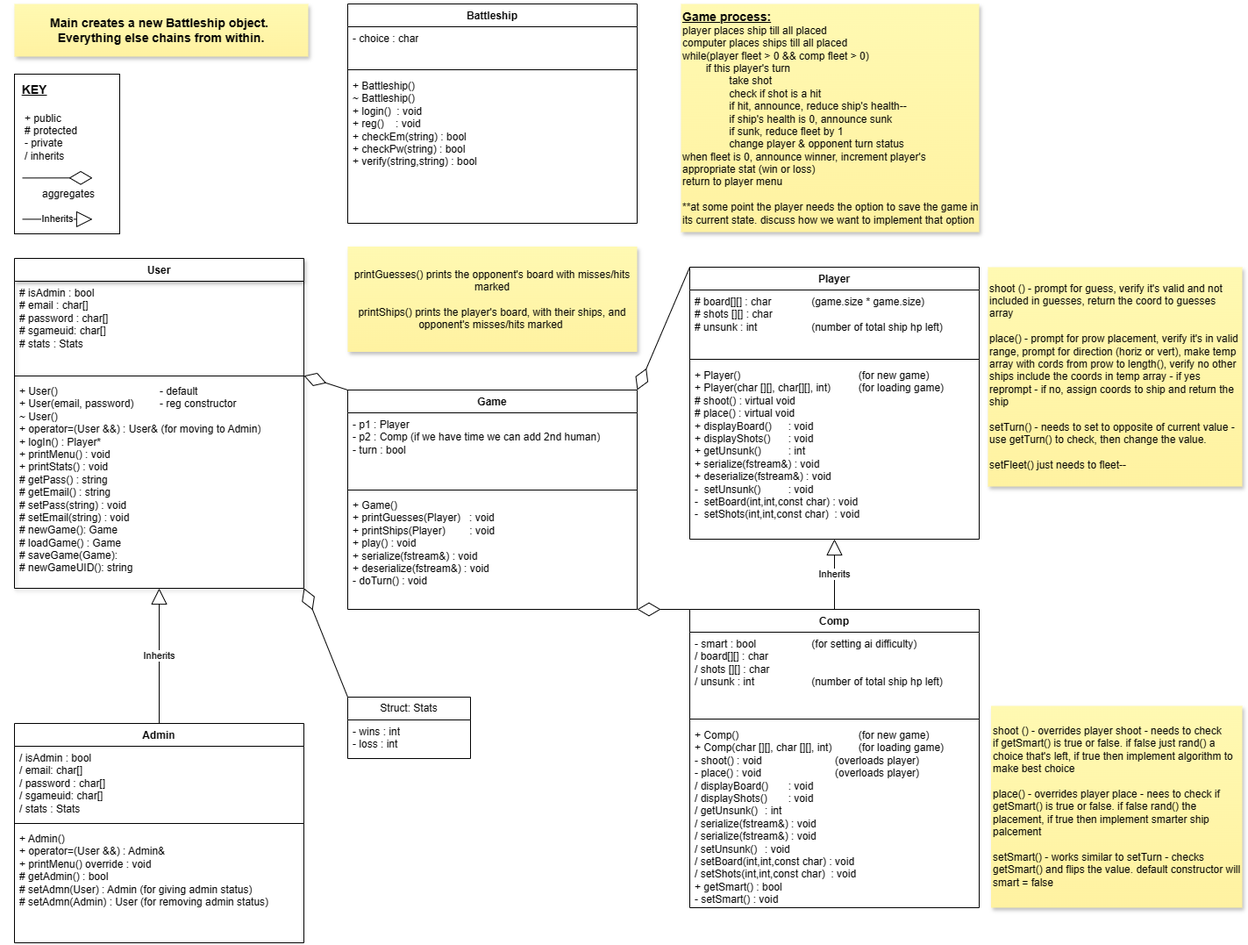
Above: BattleshipClasses.drawio.png in StephaniePeacock/Battleship (draw.io), before the change. Source tidied: cells renumbered, new cells last; positions are measured from the earlier drawing's top-left corner, leaving out a move shared by most shapes.
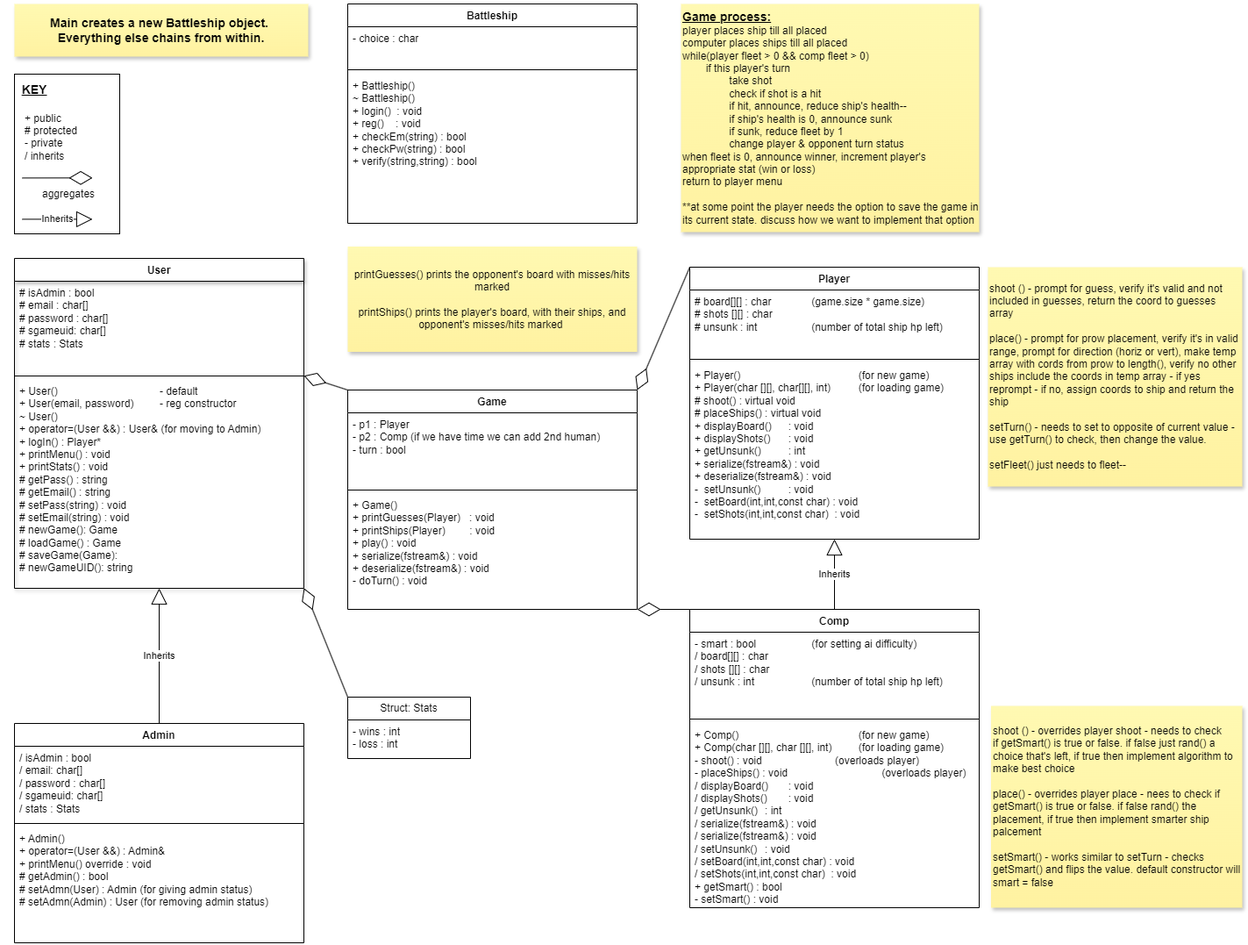
Later version of the same file.

Diff of the diagram source:
```diff
@@ -23,7 +23,7 @@
     <mxCell id="8" style="line;strokeWidth=1;fillColor=none;align=left;verticalAlign=middle;spacingTop=-1;spacingLeft=3;spacingRight=3;labelPosition=right;strokeColor=inherit;" parent="6" vertex="1">
       <mxGeometry y="100" width="330" height="10" as="geometry" />
     </mxCell>
-    <mxCell id="9" value="+ Player() &lt;span style=&quot;white-space: pre;&quot;&gt;&#9;&lt;/span&gt;&lt;span style=&quot;white-space: pre;&quot;&gt;&#9;&lt;/span&gt;&lt;span style=&quot;white-space: pre;&quot;&gt;&#9;&lt;/span&gt;&lt;span style=&quot;white-space: pre;&quot;&gt;&#9;&lt;/span&gt;&lt;span style=&quot;white-space: pre;&quot;&gt;&#9;&lt;/span&gt;(for new game)&lt;div&gt;+ Player(char [][], char[][], int) &lt;span style=&quot;white-space: pre;&quot;&gt;&#9;&lt;/span&gt;(for loading game)&lt;/div&gt;&lt;div&gt;# shoot() : virtual void&lt;span style=&quot;white-space: pre;&quot;&gt;&#9;&lt;/span&gt;&lt;span style=&quot;white-space: pre;&quot;&gt;&#9;&lt;/span&gt;&lt;span style=&quot;white-space: pre;&quot;&gt;&#9;&lt;/span&gt;&lt;span style=&quot;white-space: pre;&quot;&gt;&#9;&lt;/span&gt;&lt;/div&gt;&lt;div&gt;# place() : virtual void&lt;/div&gt;&lt;div&gt;+ displayBoard() &lt;span style=&quot;white-space: pre;&quot;&gt;&#9;&lt;/span&gt;: void&lt;/div&gt;&lt;div&gt;+ displayShots() &lt;span style=&quot;white-space: pre;&quot;&gt;&#9;&lt;/span&gt;: void&lt;/div&gt;&lt;div&gt;+ getUnsunk() &lt;span style=&quot;white-space: pre;&quot;&gt;&#9;&lt;/span&gt;: int&lt;/div&gt;&lt;div&gt;+ serialize(fstream&amp;amp;) : void&lt;/div&gt;&lt;div&gt;+ deserialize(fstream&amp;amp;) : void&lt;/div&gt;&lt;div&gt;-&amp;nbsp; setUnsunk() &lt;span style=&quot;white-space: pre;&quot;&gt;&#9;&lt;/span&gt;: void&lt;/div&gt;&lt;div&gt;&lt;div&gt;-&amp;nbsp; setBoard(int,int,const char) : void&lt;/div&gt;&lt;div&gt;-&amp;nbsp; setShots(int,int,const char)&amp;nbsp; : void&lt;/div&gt;&lt;/div&gt;&lt;div&gt;&lt;br&gt;&lt;/div&gt;" style="text;strokeColor=none;fillColor=none;align=left;verticalAlign=top;spacingLeft=4;spacingRight=4;overflow=hidden;points=[[0,0.5],[1,0.5]];portConstraint=eastwest;whiteSpace=wrap;html=1;" parent="6" vertex="1">
+    <mxCell id="9" value="+ Player() &lt;span style=&quot;white-space: pre;&quot;&gt;&#9;&lt;/span&gt;&lt;span style=&quot;white-space: pre;&quot;&gt;&#9;&lt;/span&gt;&lt;span style=&quot;white-space: pre;&quot;&gt;&#9;&lt;/span&gt;&lt;span style=&quot;white-space: pre;&quot;&gt;&#9;&lt;/span&gt;&lt;span style=&quot;white-space: pre;&quot;&gt;&#9;&lt;/span&gt;(for new game)&lt;div&gt;+ Player(char [][], char[][], int) &lt;span style=&quot;white-space: pre;&quot;&gt;&#9;&lt;/span&gt;(for loading game)&lt;/div&gt;&lt;div&gt;# shoot() : virtual void&lt;span style=&quot;white-space: pre;&quot;&gt;&#9;&lt;/span&gt;&lt;span style=&quot;white-space: pre;&quot;&gt;&#9;&lt;/span&gt;&lt;span style=&quot;white-space: pre;&quot;&gt;&#9;&lt;/span&gt;&lt;span style=&quot;white-space: pre;&quot;&gt;&#9;&lt;/span&gt;&lt;/div&gt;&lt;div&gt;# placeShips() : virtual void&lt;/div&gt;&lt;div&gt;+ displayBoard() &lt;span style=&quot;white-space: pre;&quot;&gt;&#9;&lt;/span&gt;: void&lt;/div&gt;&lt;div&gt;+ displayShots() &lt;span style=&quot;white-space: pre;&quot;&gt;&#9;&lt;/span&gt;: void&lt;/div&gt;&lt;div&gt;+ getUnsunk() &lt;span style=&quot;white-space: pre;&quot;&gt;&#9;&lt;/span&gt;: int&lt;/div&gt;&lt;div&gt;+ serialize(fstream&amp;amp;) : void&lt;/div&gt;&lt;div&gt;+ deserialize(fstream&amp;amp;) : void&lt;/div&gt;&lt;div&gt;-&amp;nbsp; setUnsunk() &lt;span style=&quot;white-space: pre;&quot;&gt;&#9;&lt;/span&gt;: void&lt;/div&gt;&lt;div&gt;&lt;div&gt;-&amp;nbsp; setBoard(int,int,const char) : void&lt;/div&gt;&lt;div&gt;-&amp;nbsp; setShots(int,int,const char)&amp;nbsp; : void&lt;/div&gt;&lt;/div&gt;&lt;div&gt;&lt;br&gt;&lt;/div&gt;" style="text;strokeColor=none;fillColor=none;align=left;verticalAlign=top;spacingLeft=4;spacingRight=4;overflow=hidden;points=[[0,0.5],[1,0.5]];portConstraint=eastwest;whiteSpace=wrap;html=1;" parent="6" vertex="1">
       <mxGeometry y="110" width="330" height="200" as="geometry" />
     </mxCell>
     <mxCell id="10" value="Admin" style="swimlane;fontStyle=1;align=center;verticalAlign=top;horizontal=1;startSize=26;whiteSpace=wrap;html=1;" parent="1" vertex="1">
@@ -68,7 +68,7 @@
     <mxCell id="23" style="line;strokeWidth=1;fillColor=none;align=left;verticalAlign=middle;spacingTop=-1;spacingLeft=3;spacingRight=3;labelPosition=right;strokeColor=inherit;" parent="21" vertex="1">
       <mxGeometry y="120" width="330" height="10" as="geometry" />
     </mxCell>
-    <mxCell id="24" value="+ Comp() &lt;span style=&quot;white-space: pre;&quot;&gt;&#9;&lt;/span&gt;&lt;span style=&quot;white-space: pre;&quot;&gt;&#9;&lt;/span&gt;&lt;span style=&quot;white-space: pre;&quot;&gt;&#9;&lt;/span&gt;&lt;span style=&quot;white-space: pre;&quot;&gt;&#9;&lt;/span&gt;&lt;span style=&quot;white-space: pre;&quot;&gt;&#9;&lt;/span&gt;(for new game)&lt;div&gt;+ Comp(char [][], char [][], int) &lt;span style=&quot;white-space: pre;&quot;&gt;&#9;&lt;/span&gt;(for loading game)&lt;/div&gt;&lt;div&gt;&lt;div&gt;- shoot() : void&lt;span style=&quot;white-space: pre;&quot;&gt;&#9;&lt;/span&gt;&lt;span style=&quot;white-space: pre;&quot;&gt;&#9;&lt;span style=&quot;white-space: pre;&quot;&gt;&#9;&lt;/span&gt;&lt;span style=&quot;white-space: pre;&quot;&gt;&#9;&lt;/span&gt;&lt;/span&gt;(overloads player)&lt;span style=&quot;white-space: pre;&quot;&gt;&#9;&lt;/span&gt;&lt;span style=&quot;white-space: pre;&quot;&gt;&#9;&lt;/span&gt;&lt;/div&gt;&lt;div&gt;- place() : void&lt;span style=&quot;white-space: pre;&quot;&gt;&#9;&lt;/span&gt;&lt;span style=&quot;white-space: pre;&quot;&gt;&#9;&lt;/span&gt;&lt;span style=&quot;white-space: pre;&quot;&gt;&#9;&lt;/span&gt;&lt;span style=&quot;white-space: pre;&quot;&gt;&#9;&lt;/span&gt;&lt;span style=&quot;background-color: initial;&quot;&gt;(overloads player)&lt;/span&gt;&lt;/div&gt;&lt;div&gt;/ displayBoard()&amp;nbsp;&lt;span style=&quot;white-space: pre;&quot;&gt;&#9;&lt;/span&gt;: void&lt;/div&gt;&lt;div&gt;/ displayShots()&amp;nbsp;&lt;span style=&quot;white-space: pre;&quot;&gt;&#9;&lt;/span&gt;: void&lt;/div&gt;&lt;div&gt;/ getUnsunk()&amp;nbsp;&lt;span style=&quot;white-space: pre;&quot;&gt;&#9;&lt;/span&gt;: int&lt;/div&gt;&lt;div&gt;/ serialize(fstream&amp;amp;) : void&lt;/div&gt;&lt;div&gt;/ serialize(fstream&amp;amp;) : void&lt;/div&gt;&lt;div&gt;/ setUnsunk()&amp;nbsp;&lt;span style=&quot;white-space: pre;&quot;&gt;&#9;&lt;/span&gt;: void&lt;/div&gt;&lt;div&gt;&lt;div&gt;/ setBoard(int,int,const char) : void&lt;/div&gt;&lt;div&gt;/ setShots(int,int,const char)&amp;nbsp; : void&lt;/div&gt;&lt;/div&gt;&lt;/div&gt;&lt;div&gt;+ getSmart() : bool&lt;/div&gt;&lt;div&gt;- setSmart() : void&lt;span style=&quot;white-space: pre;&quot;&gt;&#9;&lt;/span&gt;&lt;/div&gt;" style="text;strokeColor=none;fillColor=none;align=left;verticalAlign=top;spacingLeft=4;spacingRight=4;overflow=hidden;whiteSpace=wrap;html=1;" parent="21" vertex="1">
+    <mxCell id="24" value="+ Comp() &lt;span style=&quot;white-space: pre;&quot;&gt;&#9;&lt;/span&gt;&lt;span style=&quot;white-space: pre;&quot;&gt;&#9;&lt;/span&gt;&lt;span style=&quot;white-space: pre;&quot;&gt;&#9;&lt;/span&gt;&lt;span style=&quot;white-space: pre;&quot;&gt;&#9;&lt;/span&gt;&lt;span style=&quot;white-space: pre;&quot;&gt;&#9;&lt;/span&gt;(for new game)&lt;div&gt;+ Comp(char [][], char [][], int) &lt;span style=&quot;white-space: pre;&quot;&gt;&#9;&lt;/span&gt;(for loading game)&lt;/div&gt;&lt;div&gt;&lt;div&gt;- shoot() : void&lt;span style=&quot;white-space: pre;&quot;&gt;&#9;&lt;/span&gt;&lt;span style=&quot;white-space: pre;&quot;&gt;&#9;&lt;span style=&quot;white-space: pre;&quot;&gt;&#9;&lt;/span&gt;&lt;span style=&quot;white-space: pre;&quot;&gt;&#9;&lt;/span&gt;&lt;/span&gt;(overloads player)&lt;span style=&quot;white-space: pre;&quot;&gt;&#9;&lt;/span&gt;&lt;span style=&quot;white-space: pre;&quot;&gt;&#9;&lt;/span&gt;&lt;/div&gt;&lt;div&gt;- placeShips() : void&lt;span style=&quot;white-space: pre;&quot;&gt;&#9;&lt;/span&gt;&lt;span style=&quot;white-space: pre;&quot;&gt;&#9;&lt;/span&gt;&lt;span style=&quot;white-space: pre;&quot;&gt;&#9;&lt;/span&gt;&lt;span style=&quot;white-space: pre;&quot;&gt;&#9;&lt;/span&gt;&lt;span style=&quot;background-color: initial;&quot;&gt;(overloads player)&lt;/span&gt;&lt;/div&gt;&lt;div&gt;/ displayBoard()&amp;nbsp;&lt;span style=&quot;white-space: pre;&quot;&gt;&#9;&lt;/span&gt;: void&lt;/div&gt;&lt;div&gt;/ displayShots()&amp;nbsp;&lt;span style=&quot;white-space: pre;&quot;&gt;&#9;&lt;/span&gt;: void&lt;/div&gt;&lt;div&gt;/ getUnsunk()&amp;nbsp;&lt;span style=&quot;white-space: pre;&quot;&gt;&#9;&lt;/span&gt;: int&lt;/div&gt;&lt;div&gt;/ serialize(fstream&amp;amp;) : void&lt;/div&gt;&lt;div&gt;/ serialize(fstream&amp;amp;) : void&lt;/div&gt;&lt;div&gt;/ setUnsunk()&amp;nbsp;&lt;span style=&quot;white-space: pre;&quot;&gt;&#9;&lt;/span&gt;: void&lt;/div&gt;&lt;div&gt;&lt;div&gt;/ setBoard(int,int,const char) : void&lt;/div&gt;&lt;div&gt;/ setShots(int,int,const char)&amp;nbsp; : void&lt;/div&gt;&lt;/div&gt;&lt;/div&gt;&lt;div&gt;+ getSmart() : bool&lt;/div&gt;&lt;div&gt;- setSmart() : void&lt;span style=&quot;white-space: pre;&quot;&gt;&#9;&lt;/span&gt;&lt;/div&gt;" style="text;strokeColor=none;fillColor=none;align=left;verticalAlign=top;spacingLeft=4;spacingRight=4;overflow=hidden;whiteSpace=wrap;html=1;" parent="21" vertex="1">
       <mxGeometry y="130" width="330" height="210" as="geometry" />
     </mxCell>
     <mxCell id="25" value="shoot () - overrides player shoot - needs to check&amp;nbsp;&lt;div&gt;if getSmart() is true or false. if false just rand() a choice that's left, if true then implement algorithm to make best choice&lt;div&gt;&lt;br&gt;&lt;/div&gt;&lt;div&gt;place() - overrides player place - nees to check if getSmart() is true or false. if false rand() the placement, if true then implement smarter ship palcement&lt;/div&gt;&lt;div&gt;&lt;br&gt;&lt;/div&gt;&lt;div&gt;setSmart() - works similar to setTurn - checks getSmart() and flips the value. default constructor will smart = false&lt;/div&gt;&lt;/div&gt;" style="shape=note;whiteSpace=wrap;html=1;backgroundOutline=1;fontColor=#000000;darkOpacity=0.05;fillColor=#FFF9B2;strokeColor=none;fillStyle=solid;direction=west;gradientDirection=north;gradientColor=#FFF2A1;shadow=1;size=0;align=left;" parent="1" vertex="1">
```
